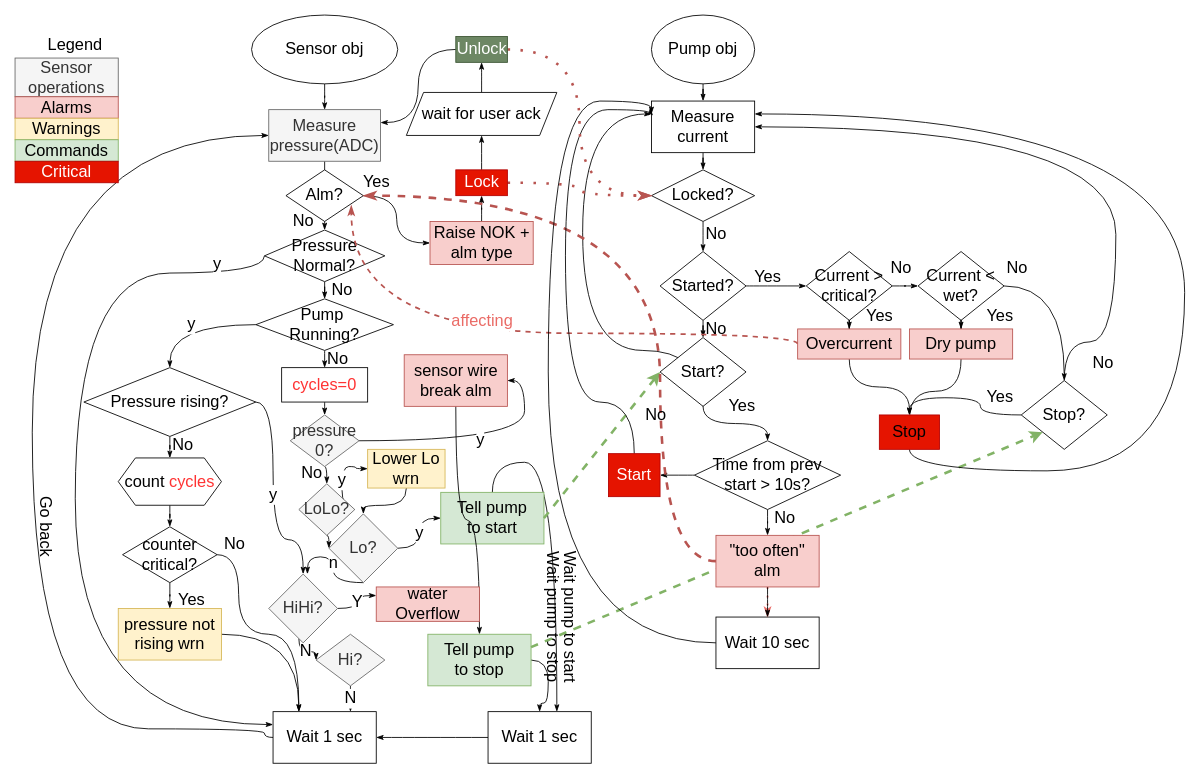
The draw.io diagram page "Algo" (2 of 2) of PumpDriver.drawio in megavad/Diagrams, before the edit. Source tidied: cells renumbered, new cells numbered last; positions are measured from the earlier drawing's top-left corner, leaving out a move shared by most shapes. Both pictures are drawn from the tidied source at 86%, with x=0, y=0 at pixel (6, 15).
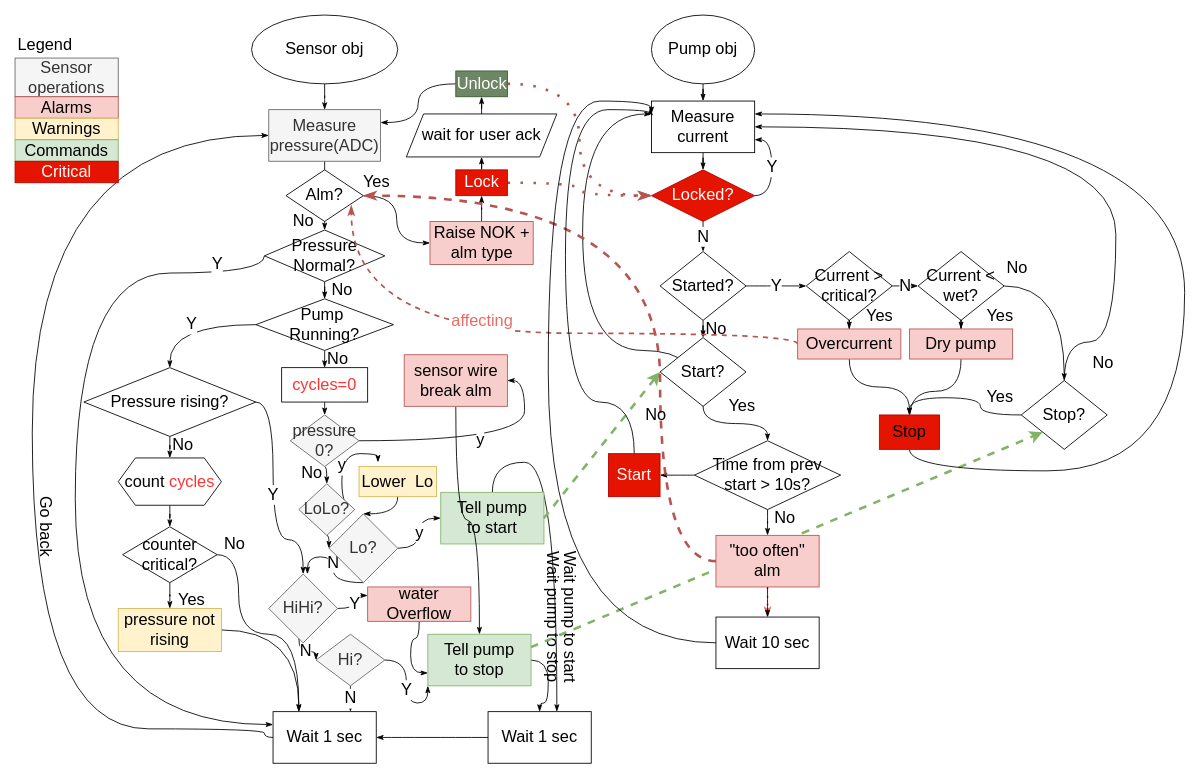
The same page after the edit.

Unchanged cells that the change refers to:
```xml
<mxCell id="8" value="Lo?" style="rhombus;whiteSpace=wrap;html=1;fontSize=19;strokeWidth=1;fillColor=#f5f5f5;fontColor=#333333;strokeColor=#666666;" parent="1" vertex="1">
  <mxGeometry x="375" y="580" width="80" height="80" as="geometry" />
</mxCell>
<mxCell id="11" value="LoLo?" style="rhombus;whiteSpace=wrap;html=1;fontSize=19;strokeWidth=1;fillColor=#f5f5f5;fontColor=#333333;strokeColor=#666666;" parent="1" vertex="1">
  <mxGeometry x="340" y="545" width="65" height="60" as="geometry" />
</mxCell>
<mxCell id="14" value="HiHi?" style="rhombus;whiteSpace=wrap;html=1;fontSize=19;strokeWidth=1;fillColor=#f5f5f5;fontColor=#333333;strokeColor=#666666;direction=south;" parent="1" vertex="1">
  <mxGeometry x="305" y="650" width="80" height="80" as="geometry" />
</mxCell>
<mxCell id="16" value="Hi?" style="rhombus;whiteSpace=wrap;html=1;fontSize=19;strokeWidth=1;fillColor=#f5f5f5;fontColor=#333333;strokeColor=#666666;" parent="1" vertex="1">
  <mxGeometry x="360" y="720" width="80" height="60" as="geometry" />
</mxCell>
<mxCell id="19" value="Wait 1 sec" style="rounded=0;whiteSpace=wrap;html=1;fontSize=19;strokeWidth=1;" parent="1" vertex="1">
  <mxGeometry x="310" y="810" width="120" height="60" as="geometry" />
</mxCell>
<mxCell id="24" value="Pressure&lt;br&gt;Normal?" style="rhombus;whiteSpace=wrap;html=1;fontSize=19;strokeWidth=1;" parent="1" vertex="1">
  <mxGeometry x="300" y="250" width="140" height="60" as="geometry" />
</mxCell>
<mxCell id="28" value="Tell pump&lt;br&gt;to stop" style="whiteSpace=wrap;html=1;fontSize=19;strokeWidth=1;fillColor=#d5e8d4;strokeColor=#82b366;" parent="1" vertex="1">
  <mxGeometry x="490" y="720" width="120" height="60" as="geometry" />
</mxCell>
<mxCell id="34" value="Measure current" style="whiteSpace=wrap;html=1;fontSize=19;strokeWidth=1;" parent="1" vertex="1">
  <mxGeometry x="750" y="100" width="120" height="60" as="geometry" />
</mxCell>
<mxCell id="37" value="Started?" style="rhombus;whiteSpace=wrap;html=1;fontSize=19;strokeWidth=1;" parent="1" vertex="1">
  <mxGeometry x="760" y="275" width="100" height="80" as="geometry" />
</mxCell>
<mxCell id="52" value="Current &amp;gt; critical?" style="rhombus;whiteSpace=wrap;html=1;fontSize=19;strokeWidth=1;" parent="1" vertex="1">
  <mxGeometry x="930" y="275" width="100" height="80" as="geometry" />
</mxCell>
<mxCell id="63" value="Pressure rising?" style="rhombus;whiteSpace=wrap;html=1;fontSize=19;strokeWidth=1;" parent="1" vertex="1">
  <mxGeometry x="90" y="410" width="200" height="80" as="geometry" />
</mxCell>
<mxCell id="65" value="Pump&amp;nbsp;&lt;br&gt;Running?" style="rhombus;whiteSpace=wrap;html=1;fontSize=19;strokeWidth=1;" parent="1" vertex="1">
  <mxGeometry x="290" y="330" width="160" height="60" as="geometry" />
</mxCell>
<mxCell id="87" value="Current &amp;lt; wet?" style="rhombus;whiteSpace=wrap;html=1;fontSize=19;strokeWidth=1;" parent="1" vertex="1">
  <mxGeometry x="1060" y="275" width="100" height="80" as="geometry" />
</mxCell>
```

Diff of the diagram source:
```diff
@@
-    <mxCell id="6" value="n" style="edgeStyle=orthogonalEdgeStyle;curved=1;jettySize=auto;html=1;exitX=0.5;exitY=1;exitDx=0;exitDy=0;fontSize=19;endArrow=classicThin;endFill=1;strokeColor=default;strokeWidth=1;" parent="1" edge="1" source="8">
+    <mxCell id="6" value="N" style="edgeStyle=orthogonalEdgeStyle;curved=1;jettySize=auto;html=1;exitX=0.5;exitY=1;exitDx=0;exitDy=0;fontSize=19;endArrow=classicThin;endFill=1;strokeColor=default;strokeWidth=1;" parent="1" edge="1" source="8">
       <mxGeometry relative="1" as="geometry">
         <mxPoint x="350" y="650" as="targetPoint" />
         <Array as="points">
           <mxPoint x="380" y="660" />
           <mxPoint x="380" y="630" />
           <mxPoint x="350" y="630" />
         </Array>
       </mxGeometry>
     </mxCell>
@@
-    <mxCell id="9" value="y" style="edgeStyle=orthogonalEdgeStyle;curved=1;jettySize=auto;html=1;exitX=1;exitY=0.5;exitDx=0;exitDy=0;fontSize=19;fontColor=#000000;endArrow=classicThin;endFill=1;strokeColor=#000000;strokeWidth=1;entryX=0;entryY=0.5;entryDx=0;entryDy=0;" parent="1" edge="1" source="11" target="127">
+    <mxCell id="9" value="y" style="edgeStyle=orthogonalEdgeStyle;curved=1;jettySize=auto;html=1;exitX=1;exitY=0.5;exitDx=0;exitDy=0;fontSize=19;fontColor=#000000;endArrow=classicThin;endFill=1;strokeColor=#000000;strokeWidth=1;" parent="1" edge="1" source="11">
       <mxGeometry relative="1" as="geometry">
+        <mxPoint x="432" y="520" as="targetPoint" />
         <Array as="points">
           <mxPoint x="390" y="575" />
-          <mxPoint x="390" y="525" />
-          <mxPoint x="406" y="525" />
-          <mxPoint x="406" y="528" />
+          <mxPoint x="390" y="510" />
+          <mxPoint x="432" y="510" />
         </Array>
       </mxGeometry>
     </mxCell>
@@
+    <mxCell id="134" value="Y" style="edgeStyle=orthogonalEdgeStyle;curved=1;jettySize=auto;html=1;exitX=1;exitY=0.5;exitDx=0;exitDy=0;entryX=0;entryY=1;entryDx=0;entryDy=0;fontSize=19;fontColor=#000000;endArrow=classicThin;endFill=1;strokeColor=#000000;strokeWidth=1;" parent="1" edge="1" source="16" target="28">
+      <mxGeometry relative="1" as="geometry" />
+    </mxCell>
@@
-    <mxCell id="22" value="y" style="edgeStyle=orthogonalEdgeStyle;curved=1;jettySize=auto;html=1;entryX=0;entryY=0.25;entryDx=0;entryDy=0;fontSize=19;endArrow=classicThin;endFill=1;strokeColor=default;strokeWidth=1;exitX=0;exitY=0.5;exitDx=0;exitDy=0;" parent="1" edge="1" source="24" target="19">
+    <mxCell id="22" value="Y" style="edgeStyle=orthogonalEdgeStyle;curved=1;jettySize=auto;html=1;entryX=0;entryY=0.25;entryDx=0;entryDy=0;fontSize=19;endArrow=classicThin;endFill=1;strokeColor=default;strokeWidth=1;exitX=0;exitY=0.5;exitDx=0;exitDy=0;" parent="1" edge="1" source="24" target="19">
       <mxGeometry x="-0.85" y="-10" relative="1" as="geometry">
         <Array as="points">
           <mxPoint x="300" y="300" />
           <mxPoint x="80" y="300" />
           <mxPoint x="80" y="825" />
         </Array>
       </mxGeometry>
     </mxCell>
@@
-    <mxCell id="36" style="edgeStyle=orthogonalEdgeStyle;curved=1;jettySize=auto;html=1;fontSize=19;endArrow=classicThin;endFill=1;strokeColor=default;strokeWidth=1;" parent="1" edge="1" source="37" target="52">
+    <mxCell id="36" value="Y" style="edgeStyle=orthogonalEdgeStyle;curved=1;jettySize=auto;html=1;fontSize=19;endArrow=classicThin;endFill=1;strokeColor=default;strokeWidth=1;" parent="1" edge="1" source="37" target="52">
       <mxGeometry relative="1" as="geometry" />
     </mxCell>
@@
+    <mxCell id="135" style="edgeStyle=orthogonalEdgeStyle;curved=1;jettySize=auto;html=1;entryX=0;entryY=0.75;entryDx=0;entryDy=0;fontSize=19;fontColor=#000000;endArrow=classicThin;endFill=1;strokeColor=#000000;strokeWidth=1;" parent="1" edge="1" source="39" target="28">
+      <mxGeometry relative="1" as="geometry" />
+    </mxCell>
     <mxCell id="39" value="water Overflow" style="whiteSpace=wrap;html=1;fontSize=19;strokeWidth=1;fillColor=#f8cecc;strokeColor=#b85450;" parent="1" vertex="1">
-      <mxGeometry x="430" y="665" width="120" height="40" as="geometry" />
+      <mxGeometry x="420" y="665" width="120" height="40" as="geometry" />
     </mxCell>
@@
-    <mxCell id="51" style="edgeStyle=orthogonalEdgeStyle;curved=1;jettySize=auto;html=1;fontSize=19;fontColor=#EA6B66;endArrow=classicThin;endFill=1;strokeColor=default;strokeWidth=1;" parent="1" edge="1" source="52" target="87">
+    <mxCell id="51" value="N" style="edgeStyle=orthogonalEdgeStyle;curved=1;jettySize=auto;html=1;fontSize=19;fontColor=#000000;endArrow=classicThin;endFill=1;strokeColor=default;strokeWidth=1;" parent="1" edge="1" source="52" target="87">
       <mxGeometry relative="1" as="geometry" />
     </mxCell>
@@
-    <mxCell id="56" value="y" style="edgeStyle=orthogonalEdgeStyle;curved=1;jettySize=auto;html=1;fontSize=19;endArrow=classicThin;endFill=1;strokeColor=default;strokeWidth=1;exitX=0;exitY=0.5;exitDx=0;exitDy=0;entryX=0.5;entryY=0;entryDx=0;entryDy=0;" parent="1" edge="1" source="65" target="63">
+    <mxCell id="56" value="Y" style="edgeStyle=orthogonalEdgeStyle;curved=1;jettySize=auto;html=1;fontSize=19;endArrow=classicThin;endFill=1;strokeColor=default;strokeWidth=1;exitX=0;exitY=0.5;exitDx=0;exitDy=0;entryX=0.5;entryY=0;entryDx=0;entryDy=0;" parent="1" edge="1" source="65" target="63">
       <mxGeometry relative="1" as="geometry">
         <Array as="points">
           <mxPoint x="190" y="360" />
         </Array>
       </mxGeometry>
     </mxCell>
@@
-    <mxCell id="61" value="y" style="edgeStyle=orthogonalEdgeStyle;curved=1;jettySize=auto;html=1;entryX=0;entryY=0.5;entryDx=0;entryDy=0;fontSize=19;endArrow=classicThin;endFill=1;strokeColor=default;strokeWidth=1;" parent="1" edge="1" source="63" target="14">
+    <mxCell id="61" value="Y" style="edgeStyle=orthogonalEdgeStyle;curved=1;jettySize=auto;html=1;entryX=0;entryY=0.5;entryDx=0;entryDy=0;fontSize=19;endArrow=classicThin;endFill=1;strokeColor=default;strokeWidth=1;" parent="1" edge="1" source="63" target="14">
       <mxGeometry relative="1" as="geometry">
         <Array as="points">
           <mxPoint x="310" y="450" />
           <mxPoint x="310" y="610" />
           <mxPoint x="345" y="610" />
         </Array>
       </mxGeometry>
     </mxCell>
@@
-    <mxCell id="90" value="Yes" style="text;html=1;align=center;verticalAlign=middle;strokeColor=none;fillColor=none;fontSize=19;" parent="1" vertex="1">
-      <mxGeometry x="860" y="285" width="50" height="40" as="geometry" />
-    </mxCell>
-    <mxCell id="91" value="No" style="text;html=1;align=center;verticalAlign=middle;strokeColor=none;fillColor=none;fontSize=19;" parent="1" vertex="1">
-      <mxGeometry x="1015" y="275" width="50" height="40" as="geometry" />
-    </mxCell>
@@
     <mxCell id="104" value="wait for user ack" style="shape=parallelogram;perimeter=parallelogramPerimeter;whiteSpace=wrap;html=1;fixedSize=1;fontSize=19;fontColor=#000000;strokeWidth=1;" parent="1" vertex="1">
-      <mxGeometry x="465" y="90" width="175" height="50" as="geometry" />
+      <mxGeometry x="465" y="115" width="175" height="50" as="geometry" />
     </mxCell>
@@
-    <mxCell id="111" value="pressure not rising wrn" style="rounded=0;whiteSpace=wrap;html=1;fontSize=19;strokeWidth=1;fillColor=#fff2cc;strokeColor=#d6b656;" parent="1" vertex="1">
-      <mxGeometry x="130" y="690" width="120" height="60" as="geometry" />
+    <mxCell id="111" value="pressure not rising" style="rounded=0;whiteSpace=wrap;html=1;fontSize=19;strokeWidth=1;fillColor=#fff2cc;strokeColor=#d6b656;" parent="1" vertex="1">
+      <mxGeometry x="130" y="690" width="120" height="50" as="geometry" />
     </mxCell>
@@
-    <mxCell id="114" style="edgeStyle=orthogonalEdgeStyle;curved=1;jettySize=auto;html=1;exitX=0.5;exitY=1;exitDx=0;exitDy=0;entryX=0.5;entryY=0;entryDx=0;entryDy=0;fontSize=19;fontColor=#000000;endArrow=classicThin;endFill=1;strokeColor=#000000;strokeWidth=1;" parent="1" edge="1" source="115" target="37">
+    <mxCell id="114" value="N" style="edgeStyle=orthogonalEdgeStyle;curved=1;jettySize=auto;html=1;exitX=0.5;exitY=1;exitDx=0;exitDy=0;entryX=0.5;entryY=0;entryDx=0;entryDy=0;fontSize=19;fontColor=#000000;endArrow=classicThin;endFill=1;strokeColor=#000000;strokeWidth=1;" parent="1" edge="1" source="115" target="37">
       <mxGeometry relative="1" as="geometry" />
     </mxCell>
+    <mxCell id="136" value="Y" style="edgeStyle=orthogonalEdgeStyle;curved=1;jettySize=auto;html=1;entryX=1;entryY=0.75;entryDx=0;entryDy=0;fontSize=19;fontColor=#000000;endArrow=classicThin;endFill=1;strokeColor=#000000;strokeWidth=1;" parent="1" edge="1" source="115" target="34">
+      <mxGeometry relative="1" as="geometry">
+        <Array as="points">
+          <mxPoint x="890" y="210" />
+          <mxPoint x="890" y="145" />
+        </Array>
+      </mxGeometry>
+    </mxCell>
-    <mxCell id="115" value="Locked?" style="rhombus;whiteSpace=wrap;html=1;fontSize=19;fontColor=#000000;strokeWidth=1;" parent="1" vertex="1">
+    <mxCell id="115" value="Locked?" style="rhombus;whiteSpace=wrap;html=1;fontSize=19;fontColor=#ffffff;strokeWidth=1;fillColor=#e51400;strokeColor=#B20000;" parent="1" vertex="1">
       <mxGeometry x="750" y="180" width="120" height="60" as="geometry" />
     </mxCell>
-    <mxCell id="116" value="No" style="text;html=1;align=center;verticalAlign=middle;strokeColor=none;fillColor=none;fontSize=19;" parent="1" vertex="1">
-      <mxGeometry x="800" y="235" width="50" height="40" as="geometry" />
-    </mxCell>
@@
     <mxCell id="122" value="Unlock" style="rounded=0;whiteSpace=wrap;html=1;fontSize=19;strokeWidth=1;fillColor=#6d8764;strokeColor=#3A5431;fontColor=#ffffff;" parent="1" vertex="1">
-      <mxGeometry x="522.5" y="25" width="60" height="30" as="geometry" />
+      <mxGeometry x="522.5" y="65" width="60" height="30" as="geometry" />
     </mxCell>
@@
-    <mxCell id="127" value="Lower Lo&lt;br&gt;wrn" style="rounded=0;whiteSpace=wrap;html=1;fontSize=19;strokeWidth=1;fillColor=#fff2cc;strokeColor=#d6b656;" parent="1" vertex="1">
-      <mxGeometry x="420" y="505" width="90" height="45" as="geometry" />
+    <mxCell id="127" value="Lower &amp;nbsp;Lo" style="rounded=0;whiteSpace=wrap;html=1;fontSize=19;strokeWidth=1;fillColor=#fff2cc;strokeColor=#d6b656;" parent="1" vertex="1">
+      <mxGeometry x="410" y="525" width="90" height="35" as="geometry" />
     </mxCell>
     <mxCell id="128" value="Legend" style="text;html=1;strokeColor=none;fillColor=none;align=center;verticalAlign=middle;whiteSpace=wrap;rounded=0;fontSize=19;fontColor=#000000;" parent="1" vertex="1">
-      <mxGeometry x="50" y="20" width="60" height="30" as="geometry" />
+      <mxGeometry x="15" y="20" width="60" height="30" as="geometry" />
     </mxCell>
```
